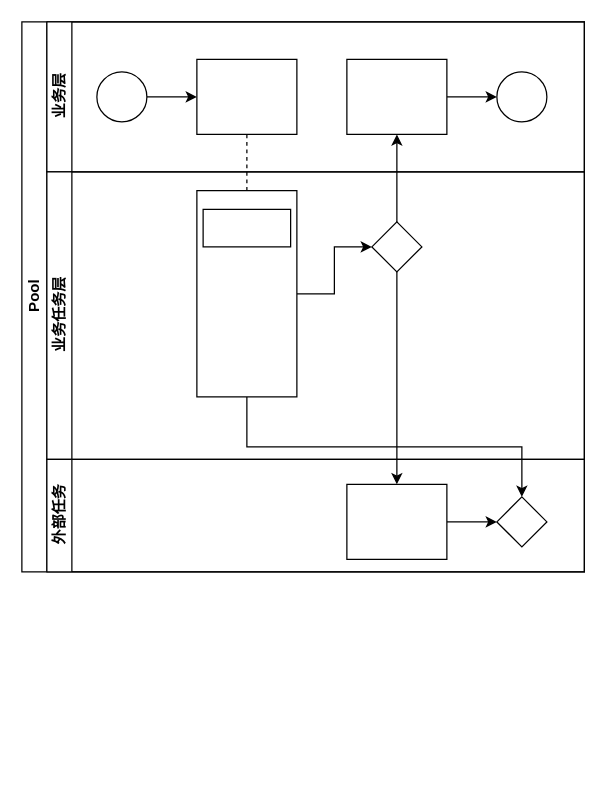
Earlier version of the draw.io diagram 未命名绘图.drawio (BeanFan/create-app-react-activation). Source tidied: cells renumbered, new cells numbered last; positions are measured from the earlier drawing's top-left corner, leaving out a move shared by most shapes. Both pictures are drawn from the tidied source at 125%, with x=0, y=0 at pixel (21, 21).
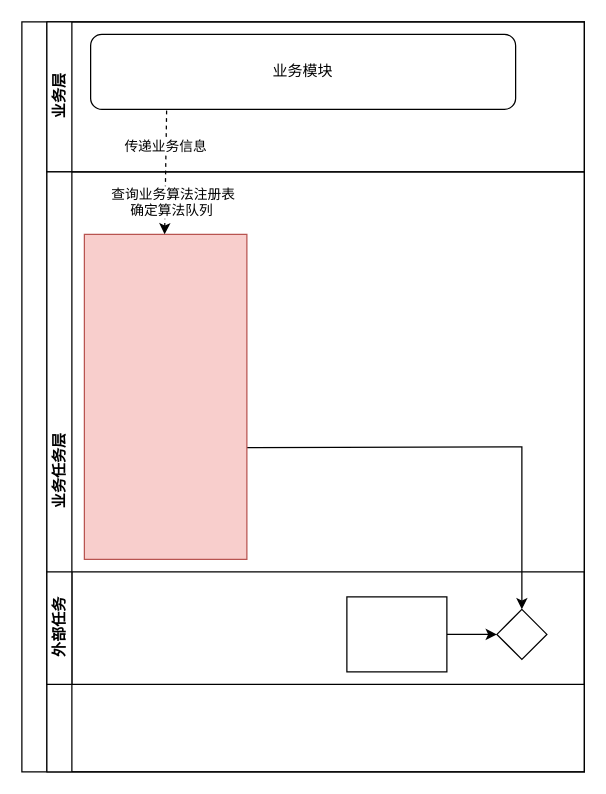
The same diagram, later.

Commit message (it also covers changes not shown here):
更新未命名绘图.drawio

The change refers to these unchanged cells:
```xml
<mxCell id="7" value="业务层" style="swimlane;html=1;startSize=20;horizontal=0;" parent="2" vertex="1">
  <mxGeometry x="20" width="430" height="120" as="geometry" />
</mxCell>
<mxCell id="21" style="rounded=0;whiteSpace=wrap;html=1;fontFamily=Helvetica;fontSize=12;fontColor=#000000;align=center;" parent="19" vertex="1">
  <mxGeometry x="240" y="20" width="80" height="60" as="geometry" />
</mxCell>
<mxCell id="22" style="rhombus;whiteSpace=wrap;html=1;fontFamily=Helvetica;fontSize=12;fontColor=#000000;align=center;" parent="19" vertex="1">
  <mxGeometry x="360" y="30" width="40" height="40" as="geometry" />
</mxCell>
```

Change to the diagram source:
```diff
@@
-    <mxCell id="2" value="Pool" style="swimlane;html=1;horizontal=0;startSize=20;" parent="1" vertex="1">
-      <mxGeometry width="450" height="440" as="geometry" />
+    <mxCell id="2" style="swimlane;html=1;horizontal=0;startSize=20;" parent="1" vertex="1">
+      <mxGeometry width="450" height="600" as="geometry" />
     </mxCell>
-    <mxCell id="3" style="edgeStyle=orthogonalEdgeStyle;rounded=0;jettySize=auto;html=1;dashed=1;endArrow=none;endFill=0;" parent="2" edge="1" source="10" target="16">
-      <mxGeometry relative="1" as="geometry" />
-    </mxCell>
-    <mxCell id="4" style="edgeStyle=orthogonalEdgeStyle;rounded=0;jettySize=auto;html=1;endArrow=classic;endFill=1;" parent="2" edge="1" source="17" target="12">
-      <mxGeometry relative="1" as="geometry" />
-    </mxCell>
-    <mxCell id="5" style="edgeStyle=orthogonalEdgeStyle;rounded=0;jettySize=auto;html=1;endArrow=classic;endFill=1;" parent="2" edge="1" source="17" target="21">
-      <mxGeometry relative="1" as="geometry" />
-    </mxCell>
-    <mxCell id="6" style="edgeStyle=orthogonalEdgeStyle;rounded=0;jettySize=auto;html=1;endArrow=classic;endFill=1;" parent="2" edge="1" source="16" target="22">
-      <mxGeometry relative="1" as="geometry">
-        <Array as="points">
-          <mxPoint x="180" y="340" />
-          <mxPoint x="400" y="340" />
-        </Array>
-      </mxGeometry>
-    </mxCell>
@@
-    <mxCell id="8" style="edgeStyle=orthogonalEdgeStyle;rounded=0;jettySize=auto;html=1;" parent="7" edge="1" source="9" target="10">
-      <mxGeometry relative="1" as="geometry" />
-    </mxCell>
-    <mxCell id="9" style="ellipse;whiteSpace=wrap;html=1;" parent="7" vertex="1">
-      <mxGeometry x="40" y="40" width="40" height="40" as="geometry" />
-    </mxCell>
-    <mxCell id="10" style="rounded=0;whiteSpace=wrap;html=1;fontFamily=Helvetica;fontSize=12;fontColor=#000000;align=center;" parent="7" vertex="1">
-      <mxGeometry x="120" y="30" width="80" height="60" as="geometry" />
-    </mxCell>
-    <mxCell id="11" style="edgeStyle=orthogonalEdgeStyle;rounded=0;jettySize=auto;html=1;endArrow=classic;endFill=1;" parent="7" edge="1" source="12" target="13">
-      <mxGeometry relative="1" as="geometry" />
-    </mxCell>
-    <mxCell id="12" style="rounded=0;whiteSpace=wrap;html=1;fontFamily=Helvetica;fontSize=12;fontColor=#000000;align=center;" parent="7" vertex="1">
-      <mxGeometry x="240" y="30" width="80" height="60" as="geometry" />
-    </mxCell>
-    <mxCell id="13" style="ellipse;whiteSpace=wrap;html=1;" parent="7" vertex="1">
-      <mxGeometry x="360" y="40" width="40" height="40" as="geometry" />
-    </mxCell>
+    <mxCell id="23" value="业务模块" style="rounded=1;whiteSpace=wrap;html=1;" parent="7" vertex="1">
+      <mxGeometry x="35" y="10" width="340" height="60" as="geometry" />
+    </mxCell>
     <mxCell id="14" value="业务任务层&lt;br&gt;" style="swimlane;html=1;startSize=20;horizontal=0;" parent="2" vertex="1">
-      <mxGeometry x="20" y="120" width="430" height="230" as="geometry" />
+      <mxGeometry x="20" y="120" width="430" height="480" as="geometry" />
     </mxCell>
-    <mxCell id="15" style="edgeStyle=orthogonalEdgeStyle;rounded=0;jettySize=auto;html=1;endArrow=classic;endFill=1;" parent="14" edge="1" source="16" target="17">
-      <mxGeometry relative="1" as="geometry" />
-    </mxCell>
-    <mxCell id="16" style="rounded=0;whiteSpace=wrap;html=1;fontFamily=Helvetica;fontSize=12;fontColor=#000000;align=center;" parent="14" vertex="1">
-      <mxGeometry x="120" y="15" width="80" height="165" as="geometry" />
-    </mxCell>
-    <mxCell id="17" style="rhombus;whiteSpace=wrap;html=1;fontFamily=Helvetica;fontSize=12;fontColor=#000000;align=center;" parent="14" vertex="1">
-      <mxGeometry x="260" y="40" width="40" height="40" as="geometry" />
-    </mxCell>
-    <mxCell id="18" style="rounded=0;whiteSpace=wrap;html=1;" parent="14" vertex="1">
-      <mxGeometry x="125" y="30" width="70" height="30" as="geometry" />
-    </mxCell>
-    <mxCell id="19" value="外部任务&lt;br&gt;" style="swimlane;html=1;startSize=20;horizontal=0;" parent="2" vertex="1">
-      <mxGeometry x="20" y="350" width="430" height="90" as="geometry" />
+    <mxCell id="19" value="外部任务&lt;br&gt;" style="swimlane;html=1;startSize=20;horizontal=0;" parent="14" vertex="1">
+      <mxGeometry y="320" width="430" height="90" as="geometry" />
     </mxCell>
@@
+    <mxCell id="6" style="edgeStyle=orthogonalEdgeStyle;rounded=0;jettySize=auto;html=1;endArrow=classic;endFill=1;exitX=0.94;exitY=0.643;exitDx=0;exitDy=0;exitPerimeter=0;" parent="14" edge="1" source="16" target="22">
+      <mxGeometry relative="1" as="geometry">
+        <Array as="points">
+          <mxPoint x="160" y="221" />
+          <mxPoint x="380" y="220" />
+        </Array>
+      </mxGeometry>
+    </mxCell>
+    <mxCell id="16" style="rounded=0;whiteSpace=wrap;html=1;fontFamily=Helvetica;fontSize=12;align=center;fillColor=#f8cecc;strokeColor=#b85450;strokeWidth=1;perimeterSpacing=12;" parent="14" vertex="1">
+      <mxGeometry x="30" y="50" width="130" height="260" as="geometry" />
+    </mxCell>
+    <mxCell id="24" value="&lt;font style=&quot;font-size: 11px;&quot;&gt;查询业务算法注册表&lt;br style=&quot;font-size: 11px;&quot;&gt;&amp;nbsp; &amp;nbsp; &amp;nbsp;确定算法队列&lt;/font&gt;" style="endArrow=classic;html=1;rounded=0;entryX=0.431;entryY=0.041;entryDx=0;entryDy=0;jumpSize=3;dashed=1;entryPerimeter=0;verticalAlign=bottom;align=left;exitX=0.122;exitY=1.016;exitDx=0;exitDy=0;exitPerimeter=0;" parent="14" edge="1">
+      <mxGeometry x="0.81" y="-44" relative="1" as="geometry">
+        <mxPoint x="95.8" y="-49" as="sourcePoint" />
+        <mxPoint x="94.2" y="50" as="targetPoint" />
+      </mxGeometry>
+    </mxCell>
+    <mxCell id="25" value="传递业务信息" style="edgeLabel;html=1;align=center;verticalAlign=middle;" parent="24" vertex="1">
+      <mxGeometry relative="1" as="geometry">
+        <mxPoint y="-21" as="offset" />
+      </mxGeometry>
+    </mxCell>
```
